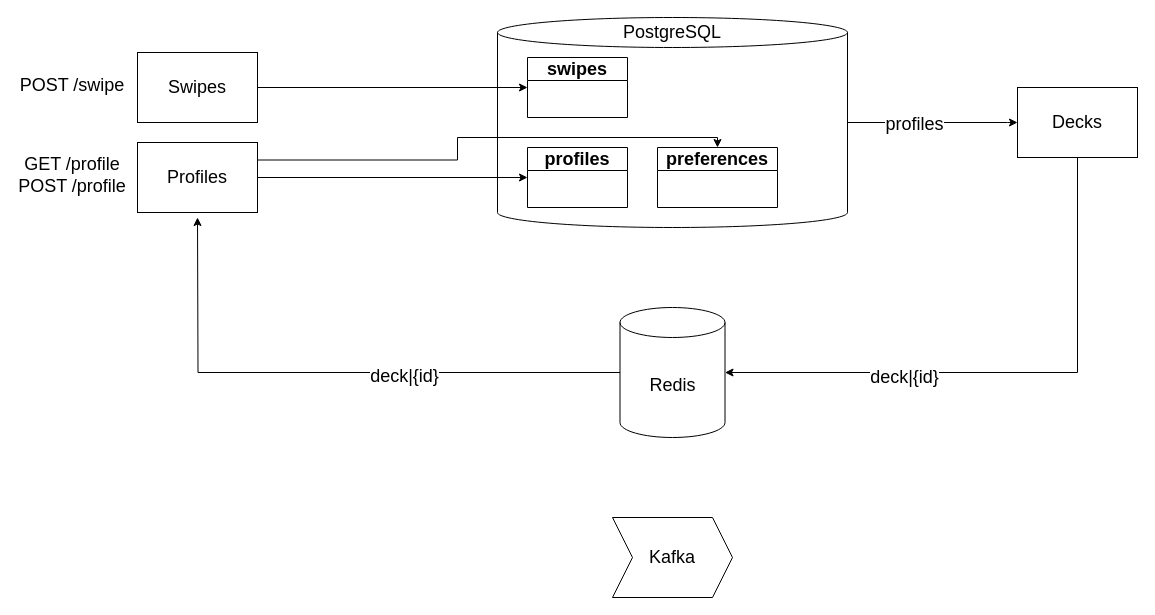
This is docs/architecture.drawio from oliver416/highload, a draw.io file, before an edit. Source tidied: cells renumbered, new cells numbered last; positions are measured from the earlier drawing's top-left corner, leaving out a move shared by most shapes. Both pictures are drawn from the tidied source at 100%, with x=0, y=0 at pixel (17, 17).
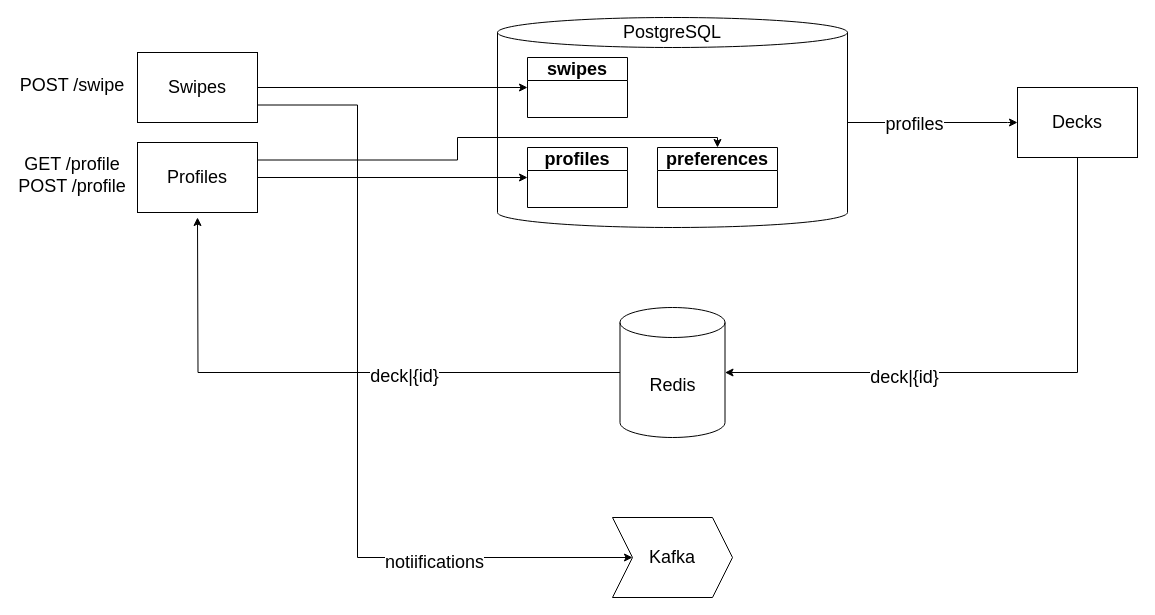
The same diagram, later.

The change refers to these unchanged cells:
```xml
<mxCell id="16" value="Swipes" style="rounded=0;whiteSpace=wrap;html=1;fontSize=18;" parent="1" vertex="1">
  <mxGeometry x="120" y="35" width="120" height="70" as="geometry" />
</mxCell>
<mxCell id="23" value="&lt;font&gt;Kafka&lt;/font&gt;" style="shape=step;perimeter=stepPerimeter;whiteSpace=wrap;html=1;fixedSize=1;fontSize=18;" parent="1" vertex="1">
  <mxGeometry x="595" y="500" width="120" height="80" as="geometry" />
</mxCell>
```

Change to the diagram source:
```diff
@@
+    <mxCell id="24" style="edgeStyle=orthogonalEdgeStyle;rounded=0;jettySize=auto;html=1;exitX=1;exitY=0.75;exitDx=0;exitDy=0;entryX=0;entryY=0.5;entryDx=0;entryDy=0;" parent="1" edge="1" source="16" target="23">
+      <mxGeometry relative="1" as="geometry">
+        <Array as="points">
+          <mxPoint x="340" y="88" />
+          <mxPoint x="340" y="540" />
+        </Array>
+      </mxGeometry>
+    </mxCell>
+    <mxCell id="25" value="&lt;font style=&quot;font-size: 18px;&quot;&gt;notiifications&lt;/font&gt;" style="edgeLabel;html=1;align=center;verticalAlign=middle;" parent="24" vertex="1">
+      <mxGeometry x="0.52" y="-4" relative="1" as="geometry" />
+    </mxCell>
```
